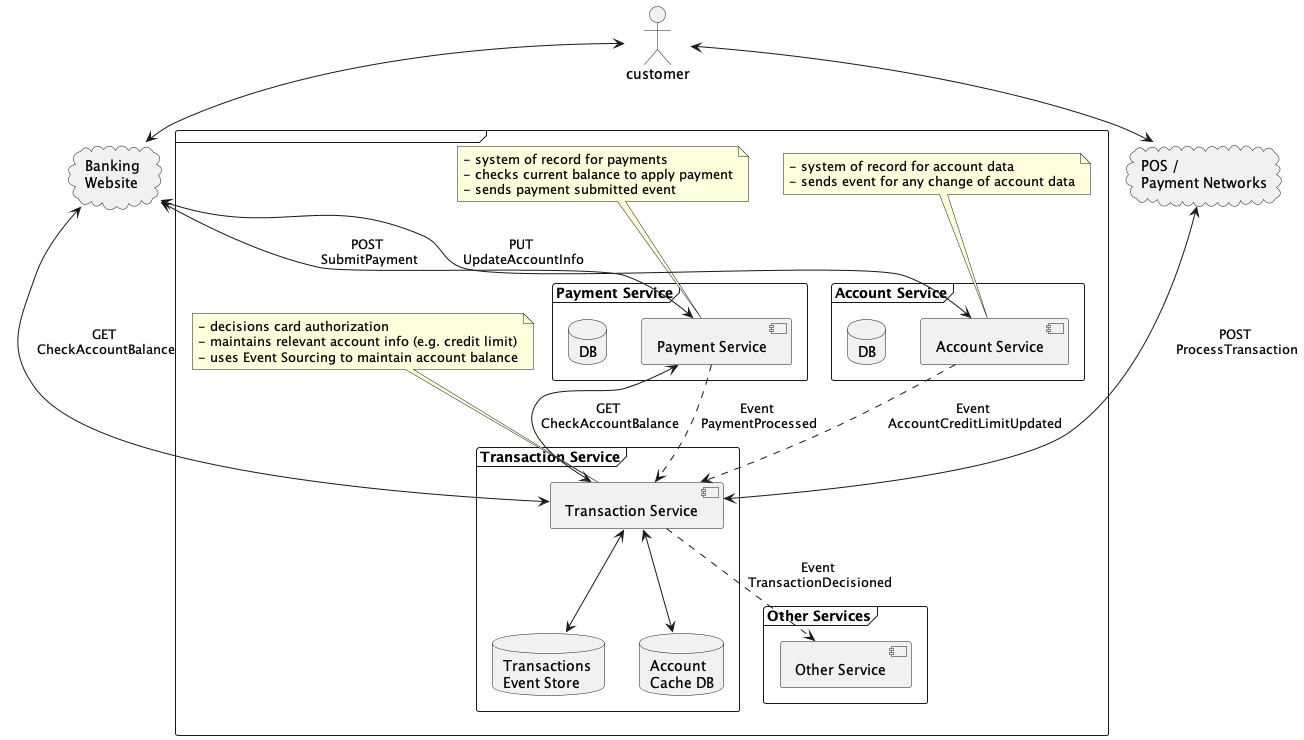
markosski/eventdriven keeps this PlantUML diagram as docs/system_diagram.png. Above is the earlier version.
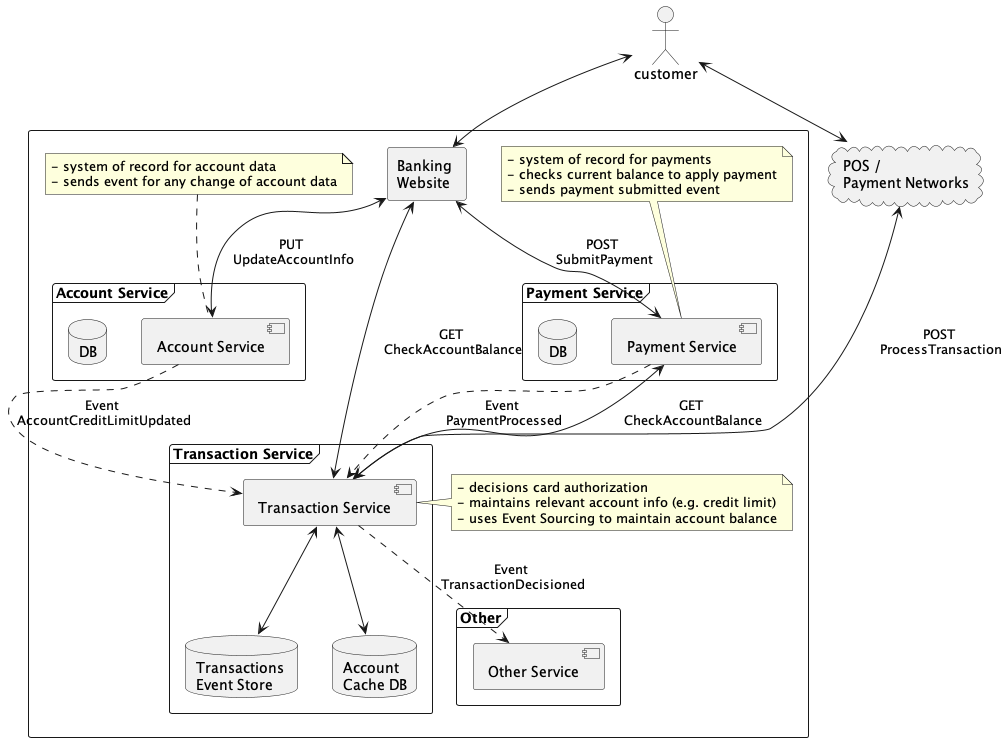
The same diagram one commit later.

Diff of the diagram source:
```diff
@@ -1,6 +1,6 @@
 @startuml
 
-frame {
+rectangle {
     frame "Payment Service" {
         [Payment Service] as payments
         database "DB" as paymentsDb
@@ -17,9 +17,11 @@
         database "Account \nCache DB" as accountsCacheDb
     }
 
-    frame "Other Services" {
+    frame "Other" {
         [Other Service] as other
     }
+
+    rectangle "Banking \nWebsite" as website
 
     payments ..> transactions : "Event \nPaymentProcessed"
     accounts ..> transactions : "Event \nAccountCreditLimitUpdated"
@@ -47,18 +49,17 @@
 
     paymentsNote .. payments
     accountsNote .. accounts
-    transactionsNote .. transactions
+    transactionsNote . transactions
 }
 
-cloud "Banking \nWebsite" as internet
 cloud "POS / \nPayment Networks" as networks
 actor customer
 
 customer <--> networks
-customer <--> internet
-internet <--> accounts : "PUT \nUpdateAccountInfo"
-internet <--> payments : "POST \nSubmitPayment"
-internet <--> transactions : "GET \nCheckAccountBalance"
+customer <--> website
+website <--> accounts : "PUT \nUpdateAccountInfo"
+website <--> payments : "POST \nSubmitPayment"
+website <--> transactions : "GET \nCheckAccountBalance"
 networks <--> transactions : "POST \nProcessTransaction"
 
 @enduml
```
